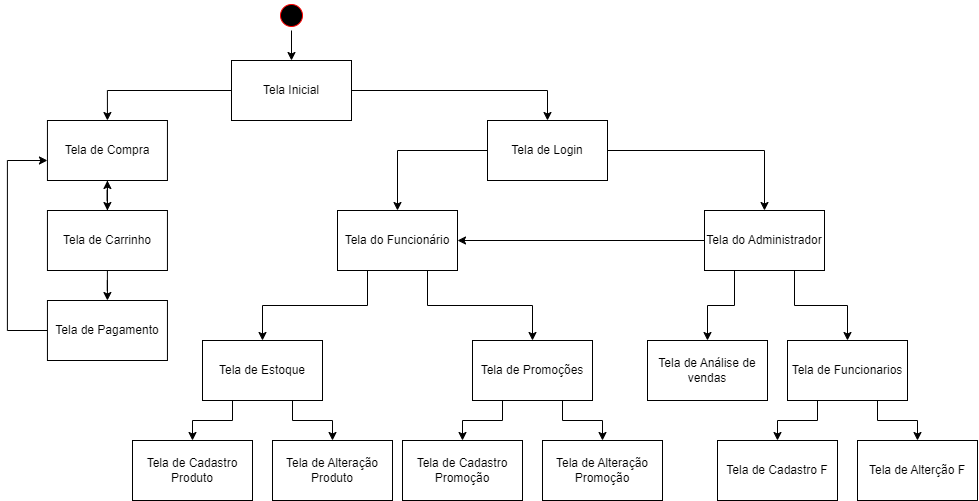
Before: Diagrama de Atividades/Diagrama de atividade.png, a diagram exported from draw.io (Rovani123/PISAGP). Source tidied: cells renumbered, new cells last; positions are measured from the earlier drawing's top-left corner, leaving out a move shared by most shapes.
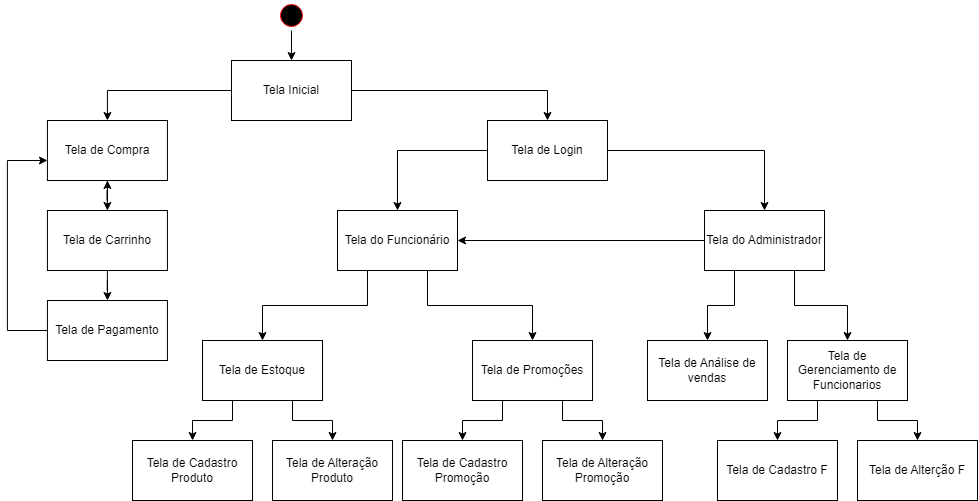
After the commit.

The edit, as a diff of the source:
```diff
@@ -50,7 +50,7 @@
     <mxCell id="17" style="edgeStyle=orthogonalEdgeStyle;rounded=0;jettySize=auto;html=1;exitX=0.75;exitY=1;exitDx=0;exitDy=0;" parent="1" edge="1" source="18" target="23">
       <mxGeometry relative="1" as="geometry" />
     </mxCell>
-    <mxCell id="18" value="Tela de Funcionarios" style="rounded=0;whiteSpace=wrap;html=1;" parent="1" vertex="1">
+    <mxCell id="18" value="Tela de Gerenciamento de Funcionarios" style="rounded=0;whiteSpace=wrap;html=1;" parent="1" vertex="1">
       <mxGeometry x="780" y="340" width="120" height="60" as="geometry" />
     </mxCell>
     <mxCell id="19" style="edgeStyle=orthogonalEdgeStyle;rounded=0;jettySize=auto;html=1;entryX=0.5;entryY=1;entryDx=0;entryDy=0;" parent="1" edge="1" source="21" target="15">
```
